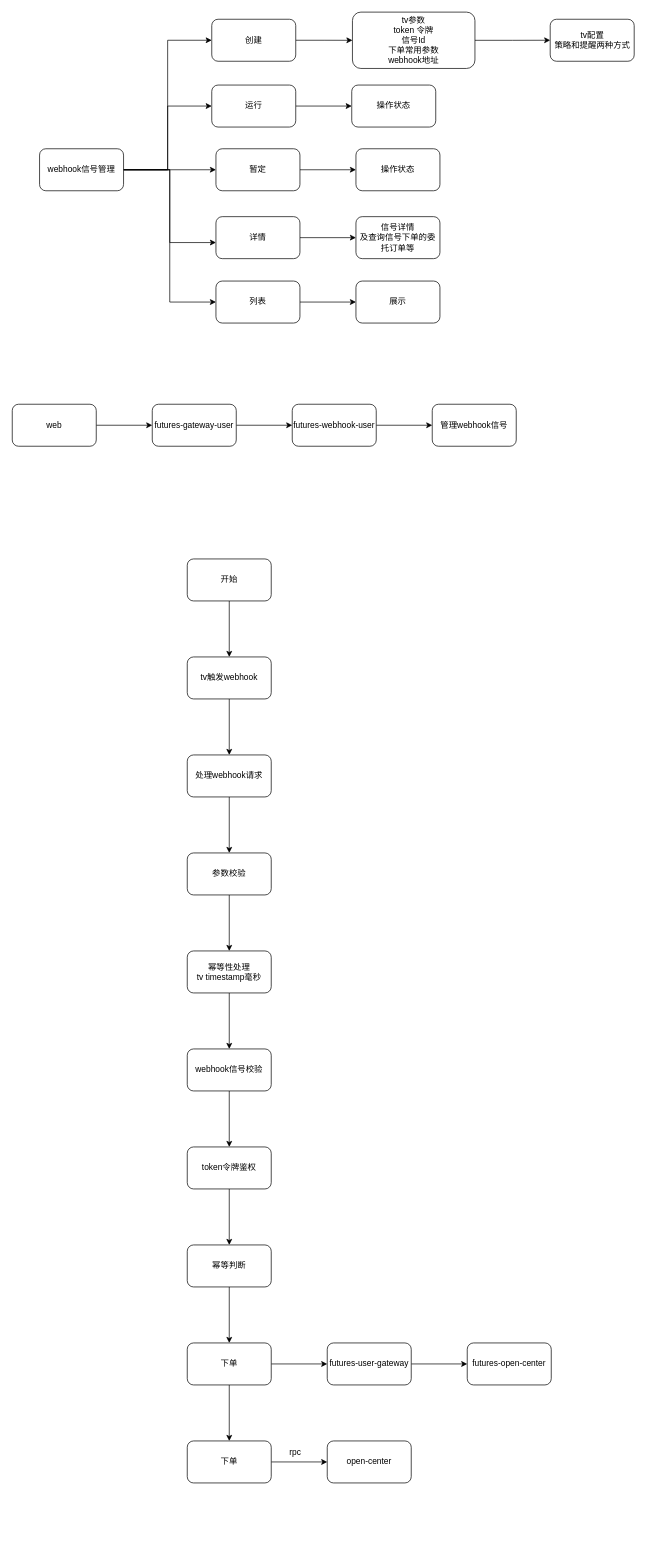
Earlier version of the draw.io diagram webhook.drawio (xu-xiwei/drawio). Source tidied: cells renumbered, new cells numbered last; positions are measured from the earlier drawing's top-left corner, leaving out a move shared by most shapes. Both pictures are drawn from the tidied source at 70%, with x=0, y=0 at pixel (12, 12).
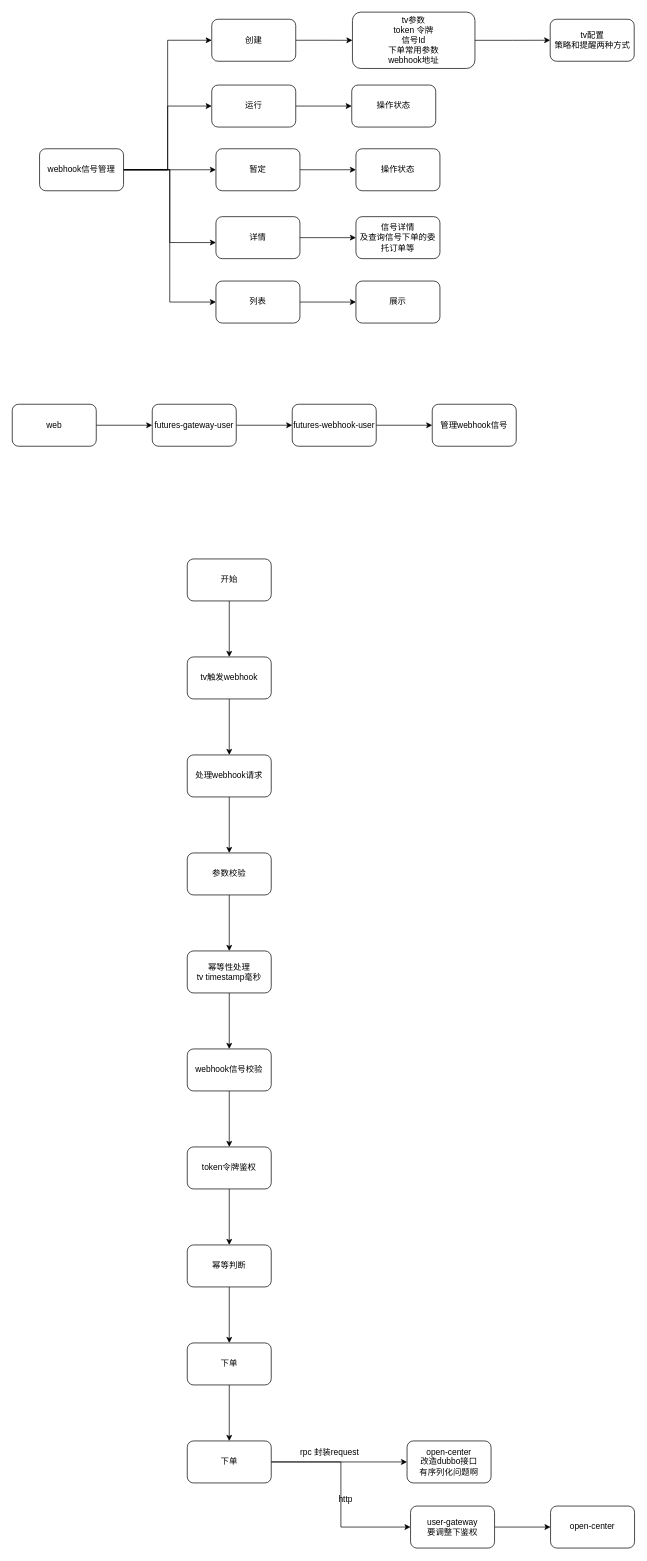
After the change.

Unchanged cells that the change refers to:
```xml
<mxCell id="50" value="下单" style="whiteSpace=wrap;html=1;rounded=1;" parent="1" vertex="1">
  <mxGeometry x="250" y="1901" width="120" height="60" as="geometry" />
</mxCell>
<mxCell id="55" value="下单" style="whiteSpace=wrap;html=1;rounded=1;" parent="1" vertex="1">
  <mxGeometry x="250" y="2041" width="120" height="60" as="geometry" />
</mxCell>
```

Change to the diagram source:
```diff
@@
-    <mxCell id="48" style="edgeStyle=orthogonalEdgeStyle;rounded=0;jettySize=auto;html=1;" parent="1" edge="1" source="50" target="52">
-      <mxGeometry relative="1" as="geometry" />
-    </mxCell>
@@
-    <mxCell id="51" style="edgeStyle=orthogonalEdgeStyle;rounded=0;jettySize=auto;html=1;" parent="1" edge="1" source="52" target="53">
-      <mxGeometry relative="1" as="geometry" />
-    </mxCell>
-    <mxCell id="52" value="futures-user-gateway" style="whiteSpace=wrap;html=1;rounded=1;" parent="1" vertex="1">
-      <mxGeometry x="450" y="1901" width="120" height="60" as="geometry" />
-    </mxCell>
-    <mxCell id="53" value="futures-open-center" style="whiteSpace=wrap;html=1;rounded=1;" parent="1" vertex="1">
-      <mxGeometry x="650" y="1901" width="120" height="60" as="geometry" />
-    </mxCell>
@@
+    <mxCell id="58" style="edgeStyle=orthogonalEdgeStyle;rounded=0;jettySize=auto;html=1;entryX=0;entryY=0.5;entryDx=0;entryDy=0;" parent="1" edge="1" source="55" target="60">
+      <mxGeometry relative="1" as="geometry" />
+    </mxCell>
@@
-    <mxCell id="56" value="open-center" style="whiteSpace=wrap;html=1;rounded=1;" parent="1" vertex="1">
-      <mxGeometry x="450" y="2041" width="120" height="60" as="geometry" />
+    <mxCell id="56" value="open-center&lt;div&gt;改造dubbo接口&lt;/div&gt;&lt;div&gt;有序列化问题啊&lt;/div&gt;" style="whiteSpace=wrap;html=1;rounded=1;" parent="1" vertex="1">
+      <mxGeometry x="564" y="2041" width="120" height="60" as="geometry" />
     </mxCell>
-    <mxCell id="57" value="rpc" style="text;html=1;align=center;verticalAlign=middle;strokeColor=none;fillColor=none;" parent="1" vertex="1">
-      <mxGeometry x="386" y="2044" width="35" height="26" as="geometry" />
+    <mxCell id="57" value="rpc 封装request" style="text;html=1;align=center;verticalAlign=middle;strokeColor=none;fillColor=none;" parent="1" vertex="1">
+      <mxGeometry x="402" y="2044" width="102" height="26" as="geometry" />
     </mxCell>
+    <mxCell id="59" style="edgeStyle=orthogonalEdgeStyle;rounded=0;jettySize=auto;html=1;" parent="1" edge="1" source="60" target="62">
+      <mxGeometry relative="1" as="geometry" />
+    </mxCell>
+    <mxCell id="60" value="user-gateway&lt;div&gt;要调整下鉴权&lt;/div&gt;" style="rounded=1;whiteSpace=wrap;html=1;" parent="1" vertex="1">
+      <mxGeometry x="569" y="2134" width="120" height="60" as="geometry" />
+    </mxCell>
+    <mxCell id="61" value="http" style="text;html=1;align=center;verticalAlign=middle;strokeColor=none;fillColor=none;" parent="1" vertex="1">
+      <mxGeometry x="457" y="2112" width="38" height="26" as="geometry" />
+    </mxCell>
+    <mxCell id="62" value="open-center" style="rounded=1;whiteSpace=wrap;html=1;" parent="1" vertex="1">
+      <mxGeometry x="769" y="2134" width="120" height="60" as="geometry" />
+    </mxCell>
```
